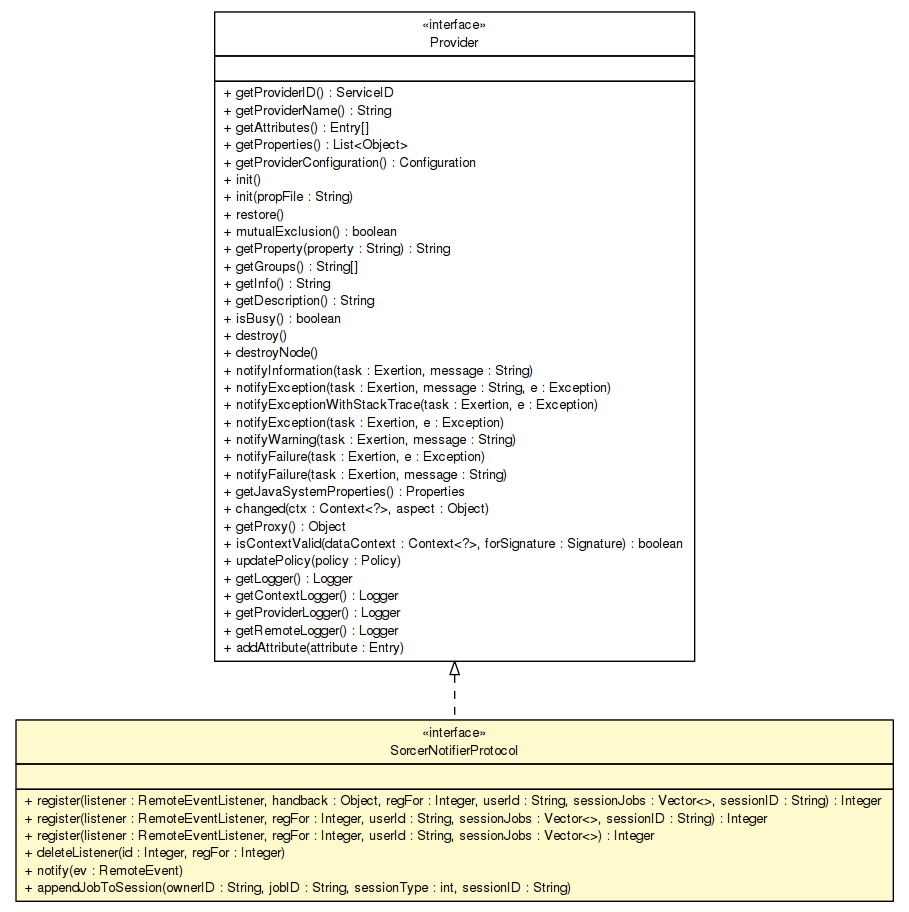
This is apidocs/sorcer/core/SorcerNotifierProtocol.png from sorcersoft/sorcersoft.github.io, a Graphviz export, as it was before one commit. Its source is kept beside it as apidocs/sorcer/core/SorcerNotifierProtocol.dot. Its diagram source:
```dot

digraph G {
	edge [fontname="Helvetica",fontsize=10,labelfontname="Helvetica",labelfontsize=10];
	node [fontname="Helvetica",fontsize=10,shape=plaintext];
	nodesep=0.25;
	ranksep=0.5;
	c515169 [label=<<table title="sorcer.core.SorcerNotifierProtocol" border="0" cellborder="1" cellspacing="0" cellpadding="2" port="p" bgcolor="lemonChiffon" href="./SorcerNotifierProtocol.html">
		<tr><td><table border="0" cellspacing="0" cellpadding="1">
<tr><td align="center" balign="center"> &#171;interface&#187; </td></tr>
<tr><td align="center" balign="center"> SorcerNotifierProtocol </td></tr>
		</table></td></tr>
		<tr><td><table border="0" cellspacing="0" cellpadding="1">
<tr><td align="left" balign="left">  </td></tr>
		</table></td></tr>
		<tr><td><table border="0" cellspacing="0" cellpadding="1">
<tr><td align="left" balign="left"> + register(listener : RemoteEventListener, handback : Object, regFor : Integer, userId : String, sessionJobs : Vector&lt;&gt;, sessionID : String) : Integer </td></tr>
<tr><td align="left" balign="left"> + register(listener : RemoteEventListener, regFor : Integer, userId : String, sessionJobs : Vector&lt;&gt;, sessionID : String) : Integer </td></tr>
<tr><td align="left" balign="left"> + register(listener : RemoteEventListener, regFor : Integer, userId : String, sessionJobs : Vector&lt;&gt;) : Integer </td></tr>
<tr><td align="left" balign="left"> + deleteListener(id : Integer, regFor : Integer) </td></tr>
<tr><td align="left" balign="left"> + notify(ev : RemoteEvent) </td></tr>
<tr><td align="left" balign="left"> + appendJobToSession(ownerID : String, jobID : String, sessionType : int, sessionID : String) </td></tr>
		</table></td></tr>
		</table>>, URL="./SorcerNotifierProtocol.html", fontname="Helvetica", fontcolor="black", fontsize=10.0];
	c515417 [label=<<table title="sorcer.core.provider.Provider" border="0" cellborder="1" cellspacing="0" cellpadding="2" port="p" href="./provider/Provider.html">
		<tr><td><table border="0" cellspacing="0" cellpadding="1">
<tr><td align="center" balign="center"> &#171;interface&#187; </td></tr>
<tr><td align="center" balign="center"> Provider </td></tr>
		</table></td></tr>
		<tr><td><table border="0" cellspacing="0" cellpadding="1">
<tr><td align="left" balign="left">  </td></tr>
		</table></td></tr>
		<tr><td><table border="0" cellspacing="0" cellpadding="1">
<tr><td align="left" balign="left"> + getProviderID() : ServiceID </td></tr>
<tr><td align="left" balign="left"> + getProviderName() : String </td></tr>
<tr><td align="left" balign="left"> + getAttributes() : Entry[] </td></tr>
<tr><td align="left" balign="left"> + getProperties() : List&lt;Object&gt; </td></tr>
<tr><td align="left" balign="left"> + getProviderConfiguration() : Configuration </td></tr>
<tr><td align="left" balign="left"> + init() </td></tr>
<tr><td align="left" balign="left"> + init(propFile : String) </td></tr>
<tr><td align="left" balign="left"> + restore() </td></tr>
<tr><td align="left" balign="left"> + mutualExclusion() : boolean </td></tr>
<tr><td align="left" balign="left"> + getProperty(property : String) : String </td></tr>
<tr><td align="left" balign="left"> + getGroups() : String[] </td></tr>
<tr><td align="left" balign="left"> + getInfo() : String </td></tr>
<tr><td align="left" balign="left"> + getDescription() : String </td></tr>
<tr><td align="left" balign="left"> + isBusy() : boolean </td></tr>
<tr><td align="left" balign="left"> + destroy() </td></tr>
<tr><td align="left" balign="left"> + destroyNode() </td></tr>
<tr><td align="left" balign="left"> + notifyInformation(task : Exertion, message : String) </td></tr>
<tr><td align="left" balign="left"> + notifyException(task : Exertion, message : String, e : Exception) </td></tr>
<tr><td align="left" balign="left"> + notifyExceptionWithStackTrace(task : Exertion, e : Exception) </td></tr>
<tr><td align="left" balign="left"> + notifyException(task : Exertion, e : Exception) </td></tr>
<tr><td align="left" balign="left"> + notifyWarning(task : Exertion, message : String) </td></tr>
<tr><td align="left" balign="left"> + notifyFailure(task : Exertion, e : Exception) </td></tr>
<tr><td align="left" balign="left"> + notifyFailure(task : Exertion, message : String) </td></tr>
<tr><td align="left" balign="left"> + getJavaSystemProperties() : Properties </td></tr>
<tr><td align="left" balign="left"> + changed(ctx : Context&lt;?&gt;, aspect : Object) </td></tr>
<tr><td align="left" balign="left"> + getProxy() : Object </td></tr>
<tr><td align="left" balign="left"> + isContextValid(dataContext : Context&lt;?&gt;, forSignature : Signature) : boolean </td></tr>
<tr><td align="left" balign="left"> + updatePolicy(policy : Policy) </td></tr>
<tr><td align="left" balign="left"> + getLogger() : Logger </td></tr>
<tr><td align="left" balign="left"> + getContextLogger() : Logger </td></tr>
<tr><td align="left" balign="left"> + getProviderLogger() : Logger </td></tr>
<tr><td align="left" balign="left"> + getRemoteLogger() : Logger </td></tr>
<tr><td align="left" balign="left"> + addAttribute(attribute : Entry) </td></tr>
		</table></td></tr>
		</table>>, URL="./provider/Provider.html", fontname="Helvetica", fontcolor="black", fontsize=10.0];
	c515417:p -> c515169:p [dir=back,arrowtail=empty,style=dashed];
}
```
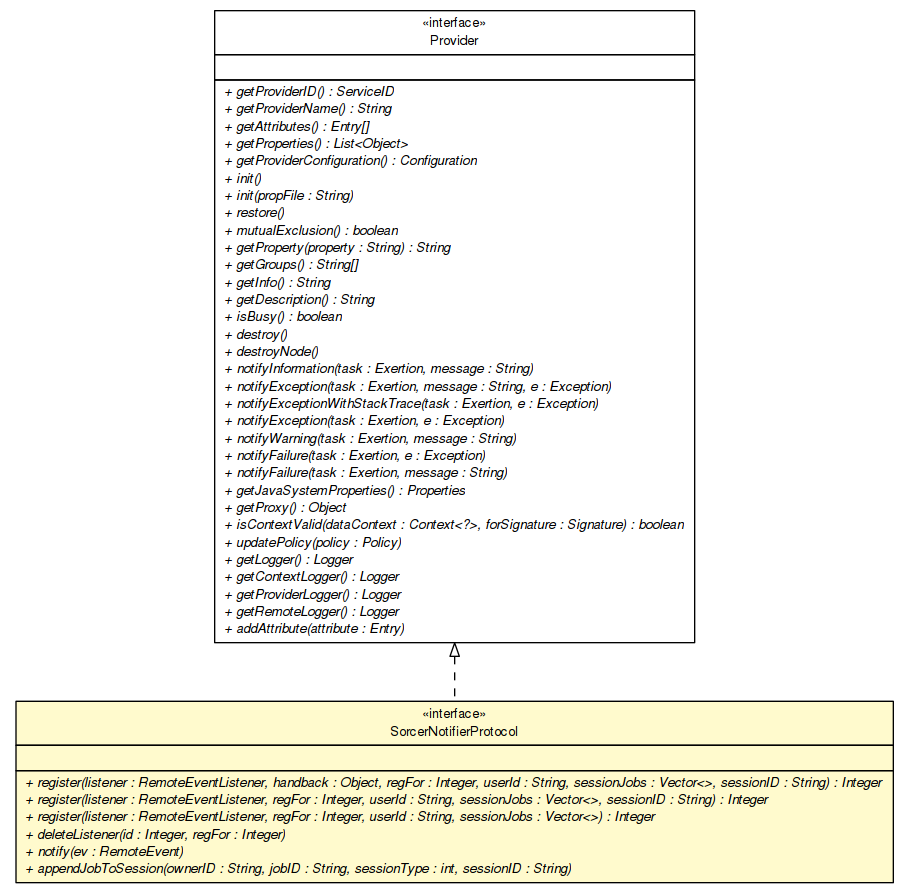
The same diagram one commit later.

Change to the diagram source:
```diff
@@ -4,7 +4,7 @@
 	node [fontname="Helvetica",fontsize=10,shape=plaintext];
 	nodesep=0.25;
 	ranksep=0.5;
-	c515169 [label=<<table title="sorcer.core.SorcerNotifierProtocol" border="0" cellborder="1" cellspacing="0" cellpadding="2" port="p" bgcolor="lemonChiffon" href="./SorcerNotifierProtocol.html">
+	c551708 [label=<<table title="sorcer.core.SorcerNotifierProtocol" border="0" cellborder="1" cellspacing="0" cellpadding="2" port="p" bgcolor="lemonChiffon" href="./SorcerNotifierProtocol.html">
 		<tr><td><table border="0" cellspacing="0" cellpadding="1">
 <tr><td align="center" balign="center"> &#171;interface&#187; </td></tr>
 <tr><td align="center" balign="center"> SorcerNotifierProtocol </td></tr>
@@ -13,15 +13,15 @@
 <tr><td align="left" balign="left">  </td></tr>
 		</table></td></tr>
 		<tr><td><table border="0" cellspacing="0" cellpadding="1">
-<tr><td align="left" balign="left"> + register(listener : RemoteEventListener, handback : Object, regFor : Integer, userId : String, sessionJobs : Vector&lt;&gt;, sessionID : String) : Integer </td></tr>
-<tr><td align="left" balign="left"> + register(listener : RemoteEventListener, regFor : Integer, userId : String, sessionJobs : Vector&lt;&gt;, sessionID : String) : Integer </td></tr>
-<tr><td align="left" balign="left"> + register(listener : RemoteEventListener, regFor : Integer, userId : String, sessionJobs : Vector&lt;&gt;) : Integer </td></tr>
-<tr><td align="left" balign="left"> + deleteListener(id : Integer, regFor : Integer) </td></tr>
-<tr><td align="left" balign="left"> + notify(ev : RemoteEvent) </td></tr>
-<tr><td align="left" balign="left"> + appendJobToSession(ownerID : String, jobID : String, sessionType : int, sessionID : String) </td></tr>
+<tr><td align="left" balign="left"><font face="Helvetica-Oblique" point-size="10.0"> + register(listener : RemoteEventListener, handback : Object, regFor : Integer, userId : String, sessionJobs : Vector&lt;&gt;, sessionID : String) : Integer </font></td></tr>
+<tr><td align="left" balign="left"><font face="Helvetica-Oblique" point-size="10.0"> + register(listener : RemoteEventListener, regFor : Integer, userId : String, sessionJobs : Vector&lt;&gt;, sessionID : String) : Integer </font></td></tr>
+<tr><td align="left" balign="left"><font face="Helvetica-Oblique" point-size="10.0"> + register(listener : RemoteEventListener, regFor : Integer, userId : String, sessionJobs : Vector&lt;&gt;) : Integer </font></td></tr>
+<tr><td align="left" balign="left"><font face="Helvetica-Oblique" point-size="10.0"> + deleteListener(id : Integer, regFor : Integer) </font></td></tr>
+<tr><td align="left" balign="left"><font face="Helvetica-Oblique" point-size="10.0"> + notify(ev : RemoteEvent) </font></td></tr>
+<tr><td align="left" balign="left"><font face="Helvetica-Oblique" point-size="10.0"> + appendJobToSession(ownerID : String, jobID : String, sessionType : int, sessionID : String) </font></td></tr>
 		</table></td></tr>
 		</table>>, URL="./SorcerNotifierProtocol.html", fontname="Helvetica", fontcolor="black", fontsize=10.0];
-	c515417 [label=<<table title="sorcer.core.provider.Provider" border="0" cellborder="1" cellspacing="0" cellpadding="2" port="p" href="./provider/Provider.html">
+	c551759 [label=<<table title="sorcer.core.provider.Provider" border="0" cellborder="1" cellspacing="0" cellpadding="2" port="p" href="./provider/Provider.html">
 		<tr><td><table border="0" cellspacing="0" cellpadding="1">
 <tr><td align="center" balign="center"> &#171;interface&#187; </td></tr>
 <tr><td align="center" balign="center"> Provider </td></tr>
@@ -30,40 +30,39 @@
 <tr><td align="left" balign="left">  </td></tr>
 		</table></td></tr>
 		<tr><td><table border="0" cellspacing="0" cellpadding="1">
-<tr><td align="left" balign="left"> + getProviderID() : ServiceID </td></tr>
-<tr><td align="left" balign="left"> + getProviderName() : String </td></tr>
-<tr><td align="left" balign="left"> + getAttributes() : Entry[] </td></tr>
-<tr><td align="left" balign="left"> + getProperties() : List&lt;Object&gt; </td></tr>
-<tr><td align="left" balign="left"> + getProviderConfiguration() : Configuration </td></tr>
-<tr><td align="left" balign="left"> + init() </td></tr>
-<tr><td align="left" balign="left"> + init(propFile : String) </td></tr>
-<tr><td align="left" balign="left"> + restore() </td></tr>
-<tr><td align="left" balign="left"> + mutualExclusion() : boolean </td></tr>
-<tr><td align="left" balign="left"> + getProperty(property : String) : String </td></tr>
-<tr><td align="left" balign="left"> + getGroups() : String[] </td></tr>
-<tr><td align="left" balign="left"> + getInfo() : String </td></tr>
-<tr><td align="left" balign="left"> + getDescription() : String </td></tr>
-<tr><td align="left" balign="left"> + isBusy() : boolean </td></tr>
-<tr><td align="left" balign="left"> + destroy() </td></tr>
-<tr><td align="left" balign="left"> + destroyNode() </td></tr>
-<tr><td align="left" balign="left"> + notifyInformation(task : Exertion, message : String) </td></tr>
-<tr><td align="left" balign="left"> + notifyException(task : Exertion, message : String, e : Exception) </td></tr>
-<tr><td align="left" balign="left"> + notifyExceptionWithStackTrace(task : Exertion, e : Exception) </td></tr>
-<tr><td align="left" balign="left"> + notifyException(task : Exertion, e : Exception) </td></tr>
-<tr><td align="left" balign="left"> + notifyWarning(task : Exertion, message : String) </td></tr>
-<tr><td align="left" balign="left"> + notifyFailure(task : Exertion, e : Exception) </td></tr>
-<tr><td align="left" balign="left"> + notifyFailure(task : Exertion, message : String) </td></tr>
-<tr><td align="left" balign="left"> + getJavaSystemProperties() : Properties </td></tr>
-<tr><td align="left" balign="left"> + changed(ctx : Context&lt;?&gt;, aspect : Object) </td></tr>
-<tr><td align="left" balign="left"> + getProxy() : Object </td></tr>
-<tr><td align="left" balign="left"> + isContextValid(dataContext : Context&lt;?&gt;, forSignature : Signature) : boolean </td></tr>
-<tr><td align="left" balign="left"> + updatePolicy(policy : Policy) </td></tr>
-<tr><td align="left" balign="left"> + getLogger() : Logger </td></tr>
-<tr><td align="left" balign="left"> + getContextLogger() : Logger </td></tr>
-<tr><td align="left" balign="left"> + getProviderLogger() : Logger </td></tr>
-<tr><td align="left" balign="left"> + getRemoteLogger() : Logger </td></tr>
-<tr><td align="left" balign="left"> + addAttribute(attribute : Entry) </td></tr>
+<tr><td align="left" balign="left"><font face="Helvetica-Oblique" point-size="10.0"> + getProviderID() : ServiceID </font></td></tr>
+<tr><td align="left" balign="left"><font face="Helvetica-Oblique" point-size="10.0"> + getProviderName() : String </font></td></tr>
+<tr><td align="left" balign="left"><font face="Helvetica-Oblique" point-size="10.0"> + getAttributes() : Entry[] </font></td></tr>
+<tr><td align="left" balign="left"><font face="Helvetica-Oblique" point-size="10.0"> + getProperties() : List&lt;Object&gt; </font></td></tr>
+<tr><td align="left" balign="left"><font face="Helvetica-Oblique" point-size="10.0"> + getProviderConfiguration() : Configuration </font></td></tr>
+<tr><td align="left" balign="left"><font face="Helvetica-Oblique" point-size="10.0"> + init() </font></td></tr>
+<tr><td align="left" balign="left"><font face="Helvetica-Oblique" point-size="10.0"> + init(propFile : String) </font></td></tr>
+<tr><td align="left" balign="left"><font face="Helvetica-Oblique" point-size="10.0"> + restore() </font></td></tr>
+<tr><td align="left" balign="left"><font face="Helvetica-Oblique" point-size="10.0"> + mutualExclusion() : boolean </font></td></tr>
+<tr><td align="left" balign="left"><font face="Helvetica-Oblique" point-size="10.0"> + getProperty(property : String) : String </font></td></tr>
+<tr><td align="left" balign="left"><font face="Helvetica-Oblique" point-size="10.0"> + getGroups() : String[] </font></td></tr>
+<tr><td align="left" balign="left"><font face="Helvetica-Oblique" point-size="10.0"> + getInfo() : String </font></td></tr>
+<tr><td align="left" balign="left"><font face="Helvetica-Oblique" point-size="10.0"> + getDescription() : String </font></td></tr>
+<tr><td align="left" balign="left"><font face="Helvetica-Oblique" point-size="10.0"> + isBusy() : boolean </font></td></tr>
+<tr><td align="left" balign="left"><font face="Helvetica-Oblique" point-size="10.0"> + destroy() </font></td></tr>
+<tr><td align="left" balign="left"><font face="Helvetica-Oblique" point-size="10.0"> + destroyNode() </font></td></tr>
+<tr><td align="left" balign="left"><font face="Helvetica-Oblique" point-size="10.0"> + notifyInformation(task : Exertion, message : String) </font></td></tr>
+<tr><td align="left" balign="left"><font face="Helvetica-Oblique" point-size="10.0"> + notifyException(task : Exertion, message : String, e : Exception) </font></td></tr>
+<tr><td align="left" balign="left"><font face="Helvetica-Oblique" point-size="10.0"> + notifyExceptionWithStackTrace(task : Exertion, e : Exception) </font></td></tr>
+<tr><td align="left" balign="left"><font face="Helvetica-Oblique" point-size="10.0"> + notifyException(task : Exertion, e : Exception) </font></td></tr>
+<tr><td align="left" balign="left"><font face="Helvetica-Oblique" point-size="10.0"> + notifyWarning(task : Exertion, message : String) </font></td></tr>
+<tr><td align="left" balign="left"><font face="Helvetica-Oblique" point-size="10.0"> + notifyFailure(task : Exertion, e : Exception) </font></td></tr>
+<tr><td align="left" balign="left"><font face="Helvetica-Oblique" point-size="10.0"> + notifyFailure(task : Exertion, message : String) </font></td></tr>
+<tr><td align="left" balign="left"><font face="Helvetica-Oblique" point-size="10.0"> + getJavaSystemProperties() : Properties </font></td></tr>
+<tr><td align="left" balign="left"><font face="Helvetica-Oblique" point-size="10.0"> + getProxy() : Object </font></td></tr>
+<tr><td align="left" balign="left"><font face="Helvetica-Oblique" point-size="10.0"> + isContextValid(dataContext : Context&lt;?&gt;, forSignature : Signature) : boolean </font></td></tr>
+<tr><td align="left" balign="left"><font face="Helvetica-Oblique" point-size="10.0"> + updatePolicy(policy : Policy) </font></td></tr>
+<tr><td align="left" balign="left"><font face="Helvetica-Oblique" point-size="10.0"> + getLogger() : Logger </font></td></tr>
+<tr><td align="left" balign="left"><font face="Helvetica-Oblique" point-size="10.0"> + getContextLogger() : Logger </font></td></tr>
+<tr><td align="left" balign="left"><font face="Helvetica-Oblique" point-size="10.0"> + getProviderLogger() : Logger </font></td></tr>
+<tr><td align="left" balign="left"><font face="Helvetica-Oblique" point-size="10.0"> + getRemoteLogger() : Logger </font></td></tr>
+<tr><td align="left" balign="left"><font face="Helvetica-Oblique" point-size="10.0"> + addAttribute(attribute : Entry) </font></td></tr>
 		</table></td></tr>
 		</table>>, URL="./provider/Provider.html", fontname="Helvetica", fontcolor="black", fontsize=10.0];
-	c515417:p -> c515169:p [dir=back,arrowtail=empty,style=dashed];
+	c551759:p -> c551708:p [dir=back,arrowtail=empty,style=dashed];
 }
```
